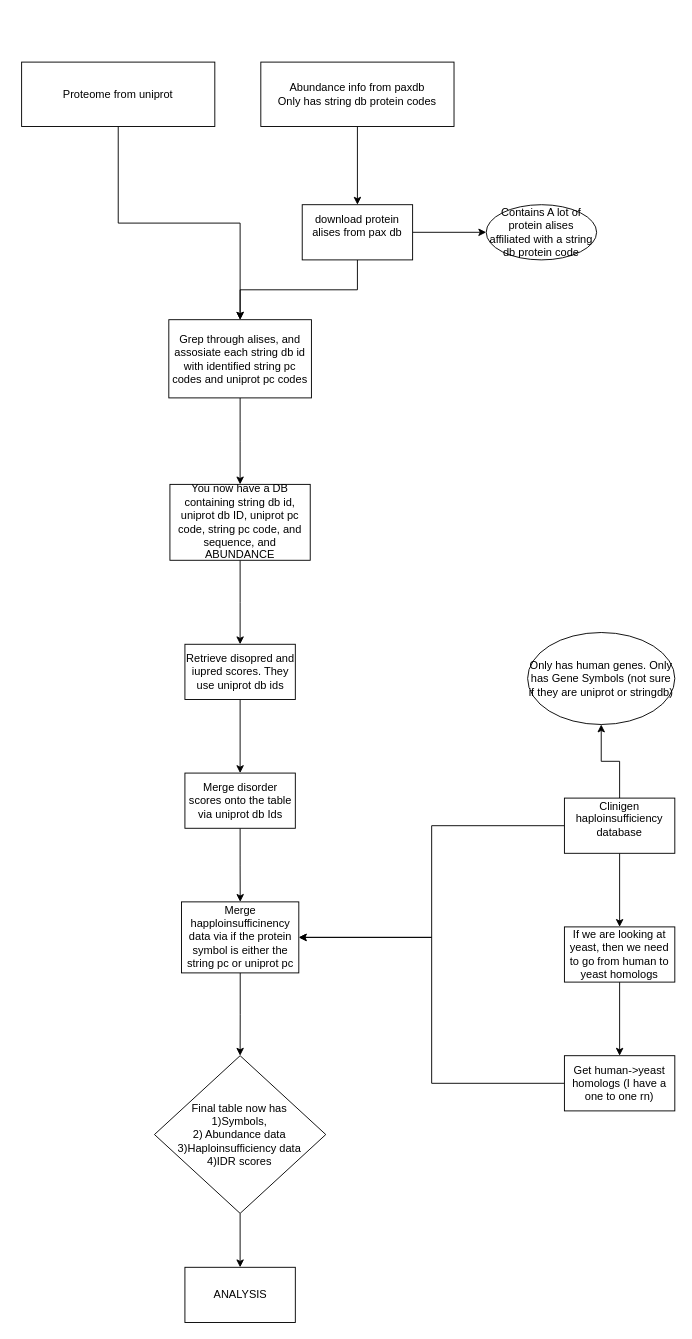
Earlier version of the draw.io diagram Untitled Diagram.drawio (AlexAdrian-Hamazaki/IDR_Abundance). Source tidied: cells renumbered, new cells numbered last; positions are measured from the earlier drawing's top-left corner, leaving out a move shared by most shapes. Both pictures are drawn from the tidied source at 92%, with x=0, y=0 at pixel (21, 62).
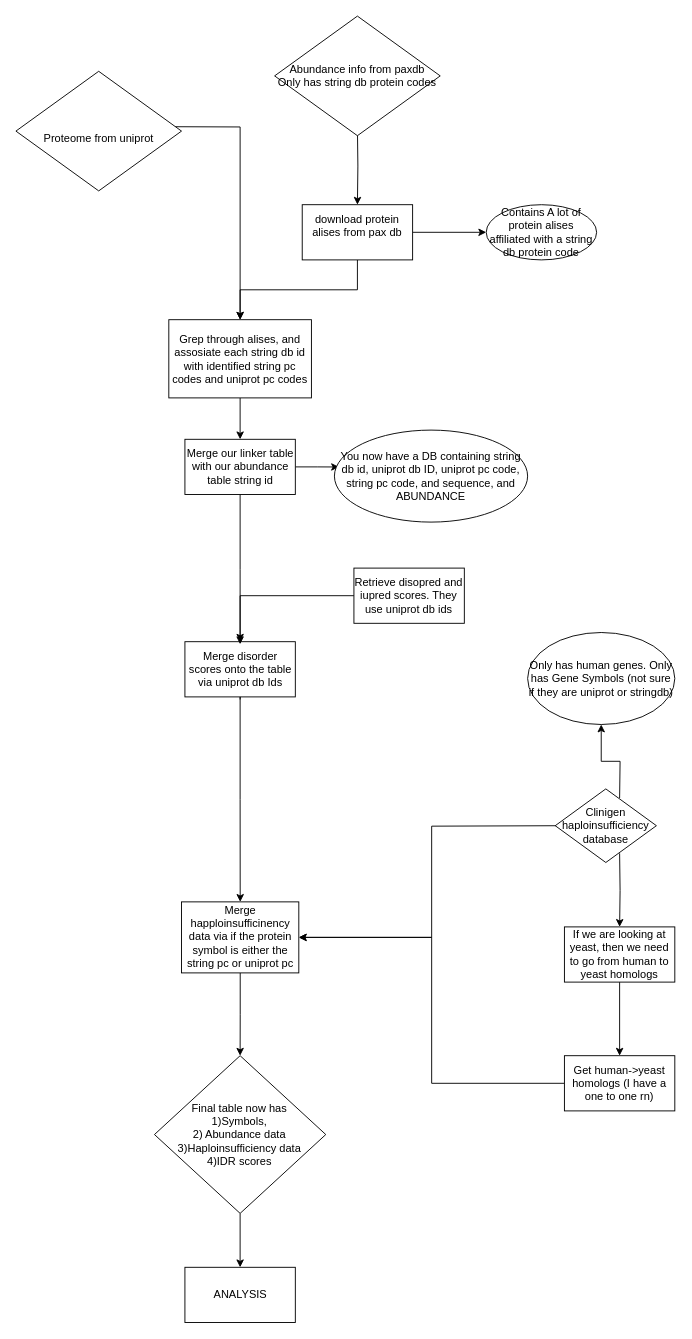
The same page after the edit.

The change refers to these unchanged cells:
```xml
<mxCell id="8" value="&lt;div&gt;download protein alises from pax db &lt;br&gt;&lt;/div&gt;&lt;div&gt;&lt;br&gt;&lt;/div&gt;" style="whiteSpace=wrap;html=1;rounded=0;" parent="1" vertex="1">
  <mxGeometry x="305" y="155" width="120" height="60" as="geometry" />
</mxCell>
<mxCell id="11" value="Grep through alises, and assosiate each string db id with identified string pc codes and uniprot pc codes" style="whiteSpace=wrap;html=1;rounded=0;" parent="1" vertex="1">
  <mxGeometry x="160" y="280" width="155" height="85" as="geometry" />
</mxCell>
<mxCell id="19" value="Merge happloinsufficinency data via if the protein symbol is either the string pc or uniprot pc " style="whiteSpace=wrap;html=1;rounded=0;" parent="1" vertex="1">
  <mxGeometry x="173.8" y="912.8" width="127.5" height="77.2" as="geometry" />
</mxCell>
<mxCell id="24" value="Only has human genes. Only has Gene Symbols (not sure if they are uniprot or stringdb)" style="ellipse;whiteSpace=wrap;html=1;rounded=0;" parent="1" vertex="1">
  <mxGeometry x="550" y="620" width="160" height="100" as="geometry" />
</mxCell>
<mxCell id="26" value="If we are looking at yeast, then we need to go from human to yeast homologs" style="whiteSpace=wrap;html=1;rounded=0;" parent="1" vertex="1">
  <mxGeometry x="590" y="940" width="120" height="60" as="geometry" />
</mxCell>
```

What changed in the source:
```diff
@@
-    <mxCell id="2" style="edgeStyle=orthogonalEdgeStyle;rounded=0;jettySize=auto;html=1;" parent="1" edge="1" source="3" target="11">
-      <mxGeometry relative="1" as="geometry" />
+    <mxCell id="2" style="edgeStyle=orthogonalEdgeStyle;rounded=0;jettySize=auto;html=1;" parent="1" edge="1" target="11">
+      <mxGeometry relative="1" as="geometry">
+        <mxPoint x="105" y="70" as="sourcePoint" />
+      </mxGeometry>
     </mxCell>
-    <mxCell id="3" value="Proteome from uniprot" style="rounded=0;whiteSpace=wrap;html=1;" parent="1" vertex="1">
-      <mxGeometry width="210" height="70" as="geometry" />
-    </mxCell>
-    <mxCell id="4" style="edgeStyle=orthogonalEdgeStyle;rounded=0;jettySize=auto;html=1;" parent="1" edge="1" source="5" target="8">
-      <mxGeometry relative="1" as="geometry" />
+    <mxCell id="4" style="edgeStyle=orthogonalEdgeStyle;rounded=0;jettySize=auto;html=1;" parent="1" edge="1" target="8">
+      <mxGeometry relative="1" as="geometry">
+        <mxPoint x="365" y="70" as="sourcePoint" />
+      </mxGeometry>
     </mxCell>
-    <mxCell id="5" value="&lt;div&gt;Abundance info from paxdb&lt;/div&gt;&lt;div&gt;Only has string db protein codes&lt;br&gt;&lt;/div&gt;" style="rounded=0;whiteSpace=wrap;html=1;" parent="1" vertex="1">
-      <mxGeometry x="260" width="210" height="70" as="geometry" />
-    </mxCell>
@@
-    <mxCell id="10" style="edgeStyle=orthogonalEdgeStyle;rounded=0;jettySize=auto;html=1;" parent="1" edge="1" source="11" target="13">
-      <mxGeometry relative="1" as="geometry" />
-    </mxCell>
+    <mxCell id="32" style="edgeStyle=orthogonalEdgeStyle;rounded=0;jettySize=auto;html=1;" parent="1" edge="1" source="11" target="35">
+      <mxGeometry relative="1" as="geometry" />
+    </mxCell>
@@
-    <mxCell id="12" style="edgeStyle=orthogonalEdgeStyle;rounded=0;jettySize=auto;html=1;" parent="1" edge="1" source="13" target="15">
-      <mxGeometry relative="1" as="geometry" />
-    </mxCell>
-    <mxCell id="13" value="You now have a DB containing string db id, uniprot db ID, uniprot pc code, string pc code, and sequence, and ABUNDANCE" style="whiteSpace=wrap;html=1;rounded=0;" parent="1" vertex="1">
-      <mxGeometry x="161.2" y="459" width="152.5" height="82.5" as="geometry" />
-    </mxCell>
-    <mxCell id="14" style="edgeStyle=orthogonalEdgeStyle;rounded=0;jettySize=auto;html=1;" parent="1" edge="1" source="15" target="17">
-      <mxGeometry relative="1" as="geometry" />
+    <mxCell id="14" style="edgeStyle=orthogonalEdgeStyle;rounded=0;jettySize=auto;html=1;" parent="1" edge="1" target="17">
+      <mxGeometry relative="1" as="geometry">
+        <mxPoint x="237.5" y="692.8" as="sourcePoint" />
+      </mxGeometry>
     </mxCell>
-    <mxCell id="15" value="Retrieve disopred and iupred scores. They use uniprot db ids" style="whiteSpace=wrap;html=1;rounded=0;" parent="1" vertex="1">
-      <mxGeometry x="177.5" y="632.8" width="120" height="60" as="geometry" />
-    </mxCell>
@@
     <mxCell id="17" value="Merge disorder scores onto the table via uniprot db Ids" style="whiteSpace=wrap;html=1;rounded=0;" parent="1" vertex="1">
-      <mxGeometry x="177.5" y="772.8" width="120" height="60" as="geometry" />
+      <mxGeometry x="177.5" y="630" width="120" height="60" as="geometry" />
     </mxCell>
@@
-    <mxCell id="20" style="edgeStyle=orthogonalEdgeStyle;rounded=0;jettySize=auto;html=1;" parent="1" edge="1" source="23" target="24">
-      <mxGeometry relative="1" as="geometry" />
+    <mxCell id="20" style="edgeStyle=orthogonalEdgeStyle;rounded=0;jettySize=auto;html=1;" parent="1" edge="1" target="24">
+      <mxGeometry relative="1" as="geometry">
+        <mxPoint x="650" y="800" as="sourcePoint" />
+      </mxGeometry>
     </mxCell>
-    <mxCell id="21" style="edgeStyle=orthogonalEdgeStyle;rounded=0;jettySize=auto;html=1;" parent="1" edge="1" source="23" target="26">
-      <mxGeometry relative="1" as="geometry" />
+    <mxCell id="21" style="edgeStyle=orthogonalEdgeStyle;rounded=0;jettySize=auto;html=1;" parent="1" edge="1" target="26">
+      <mxGeometry relative="1" as="geometry">
+        <mxPoint x="650" y="860" as="sourcePoint" />
+      </mxGeometry>
     </mxCell>
-    <mxCell id="22" style="edgeStyle=orthogonalEdgeStyle;rounded=0;jettySize=auto;html=1;entryX=1;entryY=0.5;entryDx=0;entryDy=0;" parent="1" edge="1" source="23" target="19">
-      <mxGeometry relative="1" as="geometry" />
+    <mxCell id="22" style="edgeStyle=orthogonalEdgeStyle;rounded=0;jettySize=auto;html=1;entryX=1;entryY=0.5;entryDx=0;entryDy=0;" parent="1" edge="1" target="19">
+      <mxGeometry relative="1" as="geometry">
+        <mxPoint x="590" y="830" as="sourcePoint" />
+      </mxGeometry>
     </mxCell>
-    <mxCell id="23" value="&lt;div&gt;Clinigen haploinsufficiency database &lt;br&gt;&lt;/div&gt;&lt;div&gt;&lt;br&gt;&lt;/div&gt;" style="whiteSpace=wrap;html=1;rounded=0;" parent="1" vertex="1">
-      <mxGeometry x="590" y="800" width="120" height="60" as="geometry" />
-    </mxCell>
@@
+    <mxCell id="33" style="edgeStyle=orthogonalEdgeStyle;rounded=0;jettySize=auto;html=1;" parent="1" edge="1" source="35">
+      <mxGeometry relative="1" as="geometry">
+        <mxPoint x="345" y="440.1" as="targetPoint" />
+      </mxGeometry>
+    </mxCell>
+    <mxCell id="34" style="edgeStyle=orthogonalEdgeStyle;rounded=0;jettySize=auto;html=1;" parent="1" edge="1" source="35">
+      <mxGeometry relative="1" as="geometry">
+        <mxPoint x="237.5" y="632.8" as="targetPoint" />
+      </mxGeometry>
+    </mxCell>
+    <mxCell id="35" value="Merge our linker table with our abundance table string id" style="whiteSpace=wrap;html=1;rounded=0;" parent="1" vertex="1">
+      <mxGeometry x="177.5" y="410" width="120" height="60" as="geometry" />
+    </mxCell>
+    <mxCell id="36" style="edgeStyle=orthogonalEdgeStyle;rounded=0;jettySize=auto;html=1;" parent="1" edge="1" source="15" target="17">
+      <mxGeometry relative="1" as="geometry" />
+    </mxCell>
+    <mxCell id="15" value="Retrieve disopred and iupred scores. They use uniprot db ids" style="whiteSpace=wrap;html=1;rounded=0;" parent="1" vertex="1">
+      <mxGeometry x="361.2" y="550" width="120" height="60" as="geometry" />
+    </mxCell>
+    <mxCell id="13" value="You now have a DB containing string db id, uniprot db ID, uniprot pc code, string pc code, and sequence, and ABUNDANCE" style="ellipse;whiteSpace=wrap;html=1;" parent="1" vertex="1">
+      <mxGeometry x="340" y="400" width="210" height="100" as="geometry" />
+    </mxCell>
+    <mxCell id="5" value="&lt;div&gt;Abundance info from paxdb&lt;/div&gt;&lt;div&gt;Only has string db protein codes&lt;br&gt;&lt;/div&gt;" style="rhombus;whiteSpace=wrap;html=1;" parent="1" vertex="1">
+      <mxGeometry x="275" y="-50" width="180" height="130" as="geometry" />
+    </mxCell>
+    <mxCell id="3" value="&lt;div&gt;&lt;br&gt;&lt;/div&gt;&lt;div&gt;Proteome from uniprot&lt;/div&gt;" style="rhombus;whiteSpace=wrap;html=1;" parent="1" vertex="1">
+      <mxGeometry x="-6.2" y="10" width="180" height="130" as="geometry" />
+    </mxCell>
+    <mxCell id="23" value="Clinigen haploinsufficiency database " style="rhombus;whiteSpace=wrap;html=1;" parent="1" vertex="1">
+      <mxGeometry x="580" y="790" width="110" height="80" as="geometry" />
+    </mxCell>
```
